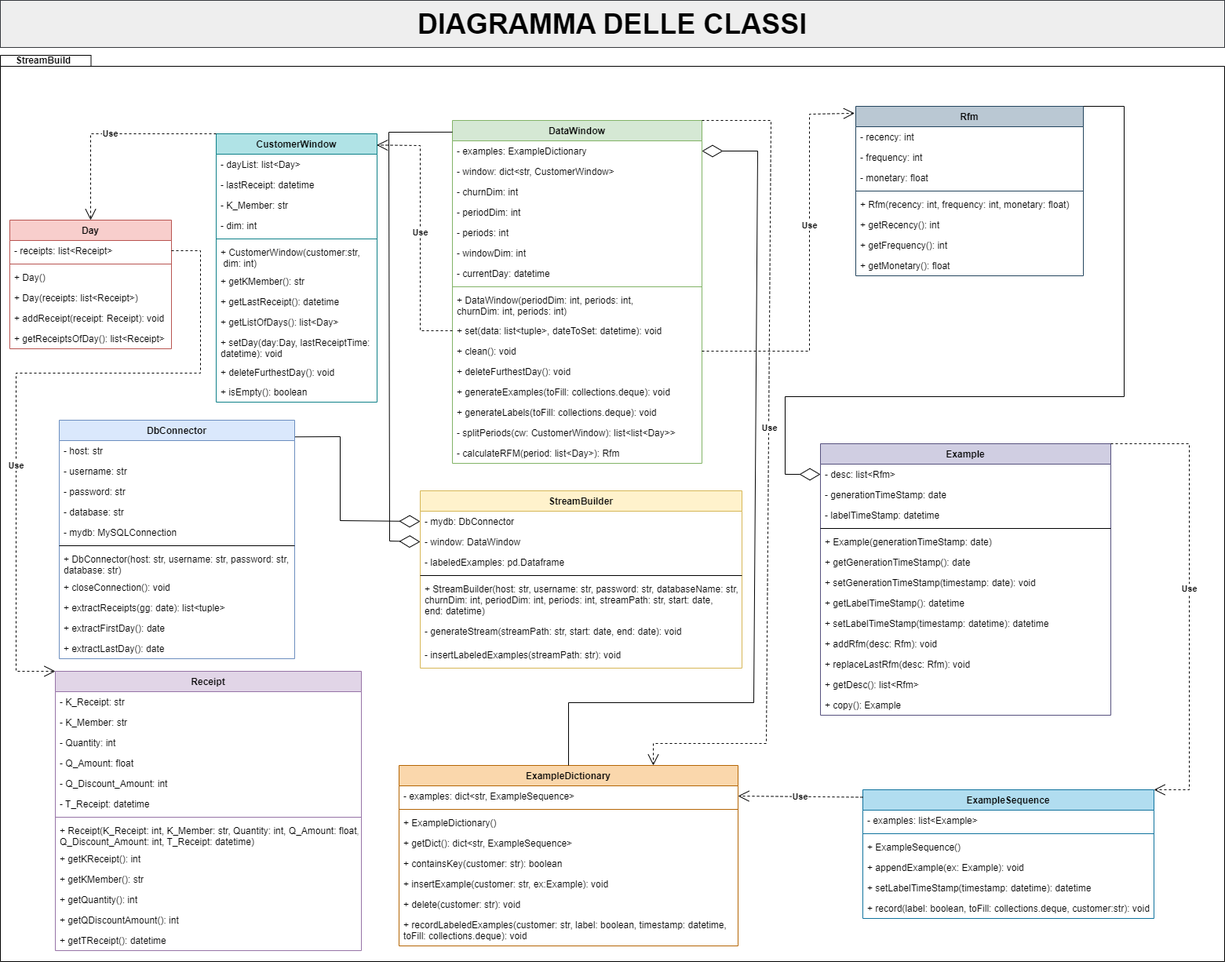
Earlier version of the draw.io export resources/Diagramma delle Classi.drawio.png (fralaw/rfm_stream_builder). Source tidied: cells renumbered, new cells last; positions are measured from the earlier drawing's top-left corner, leaving out a move shared by most shapes.
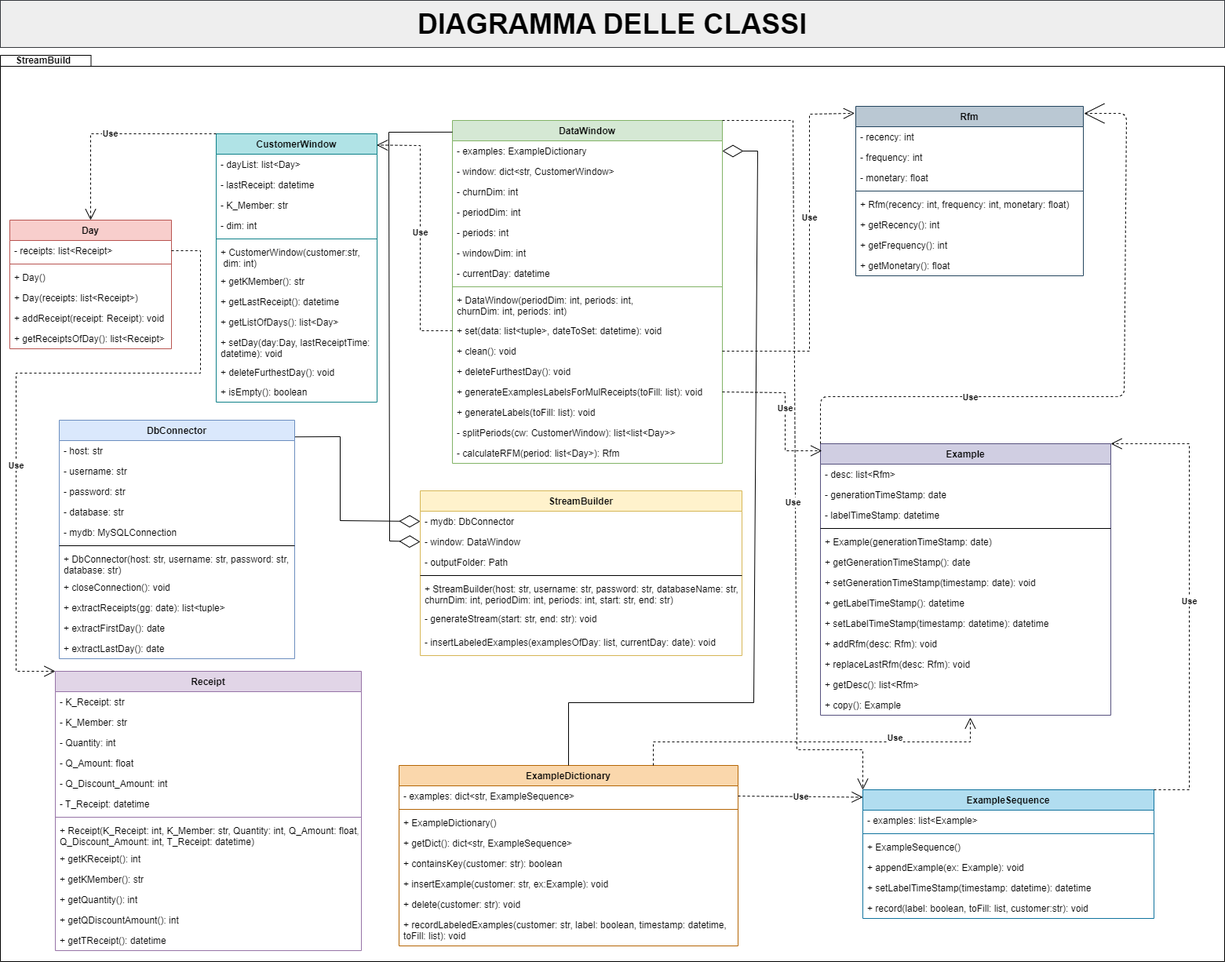
Later version of the same file.

Commit message:
Effettuate ultime modifiche. Aggiornato diagramma delle classi.

Diff of the diagram source:
```diff
@@ -42,7 +42,7 @@
       <mxGeometry y="278" width="300" height="26" as="geometry" />
     </mxCell>
     <mxCell id="15" value="StreamBuilder" style="swimlane;fontStyle=1;align=center;verticalAlign=top;horizontal=1;startSize=26;rounded=0;shadow=0;strokeWidth=1;fillColor=#fff2cc;strokeColor=#d6b656;" parent="1" vertex="1">
-      <mxGeometry x="535" y="625" width="410" height="226" as="geometry" />
+      <mxGeometry x="535" y="625" width="410" height="210" as="geometry" />
     </mxCell>
     <mxCell id="16" value="- mydb: DbConnector" style="text;align=left;verticalAlign=top;spacingLeft=4;spacingRight=4;overflow=hidden;points=[[0,0.5],[1,0.5]];portConstraint=eastwest;" parent="15" vertex="1">
       <mxGeometry y="26" width="410" height="26" as="geometry" />
@@ -50,20 +50,20 @@
     <mxCell id="17" value="- window: DataWindow" style="text;align=left;verticalAlign=top;spacingLeft=4;spacingRight=4;overflow=hidden;points=[[0,0.5],[1,0.5]];portConstraint=eastwest;" parent="15" vertex="1">
       <mxGeometry y="52" width="410" height="26" as="geometry" />
     </mxCell>
-    <mxCell id="18" value="- labeledExamples: pd.Dataframe" style="text;align=left;verticalAlign=top;spacingLeft=4;spacingRight=4;overflow=hidden;" parent="15" vertex="1">
-      <mxGeometry y="78" width="410" height="26" as="geometry" />
-    </mxCell>
+    <mxCell id="126" value="- outputFolder: Path" style="text;align=left;verticalAlign=top;spacingLeft=4;spacingRight=4;overflow=hidden;" parent="15" vertex="1">
+      <mxGeometry y="78" width="410" height="26" as="geometry" />
+    </mxCell>
     <mxCell id="19" style="line;html=1;strokeWidth=1;align=left;verticalAlign=middle;spacingTop=-1;spacingLeft=3;spacingRight=3;labelPosition=right;" parent="15" vertex="1">
       <mxGeometry y="104" width="410" height="8" as="geometry" />
     </mxCell>
-    <mxCell id="20" value="+ StreamBuilder(host: str, username: str, password: str, databaseName: str, &#10;churnDim: int, periodDim: int, periods: int, streamPath: str, start: date, &#10;end: datetime)" style="text;align=left;verticalAlign=top;spacingLeft=4;spacingRight=4;overflow=hidden;" parent="15" vertex="1">
-      <mxGeometry y="112" width="410" height="54" as="geometry" />
+    <mxCell id="20" value="+ StreamBuilder(host: str, username: str, password: str, databaseName: str, &#10;churnDim: int, periodDim: int, periods: int, start: str, end: str)" style="text;align=left;verticalAlign=top;spacingLeft=4;spacingRight=4;overflow=hidden;" parent="15" vertex="1">
+      <mxGeometry y="112" width="410" height="38" as="geometry" />
     </mxCell>
-    <mxCell id="21" value="- generateStream(streamPath: str, start: date, end: date): void" style="text;align=left;verticalAlign=top;spacingLeft=4;spacingRight=4;overflow=hidden;" parent="15" vertex="1">
-      <mxGeometry y="166" width="410" height="30" as="geometry" />
+    <mxCell id="21" value="- generateStream(start: str, end: str): void" style="text;align=left;verticalAlign=top;spacingLeft=4;spacingRight=4;overflow=hidden;" parent="15" vertex="1">
+      <mxGeometry y="150" width="410" height="30" as="geometry" />
     </mxCell>
-    <mxCell id="22" value="- insertLabeledExamples(streamPath: str): void" style="text;align=left;verticalAlign=top;spacingLeft=4;spacingRight=4;overflow=hidden;" parent="15" vertex="1">
-      <mxGeometry y="196" width="410" height="30" as="geometry" />
+    <mxCell id="22" value="- insertLabeledExamples(examplesOfDay: list, currentDay: date): void" style="text;align=left;verticalAlign=top;spacingLeft=4;spacingRight=4;overflow=hidden;" parent="15" vertex="1">
+      <mxGeometry y="180" width="410" height="30" as="geometry" />
     </mxCell>
     <mxCell id="23" value="Example" style="swimlane;fontStyle=1;align=center;verticalAlign=top;horizontal=1;startSize=26;rounded=0;shadow=0;strokeWidth=1;fillColor=#d0cee2;strokeColor=#56517e;" parent="1" vertex="1">
       <mxGeometry x="1045" y="565" width="370" height="346" as="geometry" />
@@ -141,55 +141,55 @@
       <mxGeometry x="30" y="70" width="50" height="12" as="geometry" />
     </mxCell>
     <mxCell id="48" value="DataWindow" style="swimlane;fontStyle=1;align=center;verticalAlign=top;horizontal=1;startSize=26;strokeColor=#82b366;fillColor=#d5e8d4;" parent="1" vertex="1">
-      <mxGeometry x="576" y="153" width="318" height="437" as="geometry" />
+      <mxGeometry x="576" y="153" width="344" height="437" as="geometry" />
     </mxCell>
     <mxCell id="49" value="- examples: ExampleDictionary" style="text;strokeColor=none;fillColor=none;align=left;verticalAlign=top;spacingLeft=4;spacingRight=4;overflow=hidden;points=[[0,0.5],[1,0.5]];portConstraint=eastwest;" parent="48" vertex="1">
-      <mxGeometry y="26" width="318" height="26" as="geometry" />
+      <mxGeometry y="26" width="344" height="26" as="geometry" />
     </mxCell>
     <mxCell id="50" value="- window: dict&lt;str, CustomerWindow&gt;" style="text;strokeColor=none;fillColor=none;align=left;verticalAlign=top;spacingLeft=4;spacingRight=4;overflow=hidden;" parent="48" vertex="1">
-      <mxGeometry y="52" width="318" height="26" as="geometry" />
+      <mxGeometry y="52" width="344" height="26" as="geometry" />
     </mxCell>
     <mxCell id="51" value="- churnDim: int" style="text;strokeColor=none;fillColor=none;align=left;verticalAlign=top;spacingLeft=4;spacingRight=4;overflow=hidden;" parent="48" vertex="1">
-      <mxGeometry y="78" width="318" height="26" as="geometry" />
+      <mxGeometry y="78" width="344" height="26" as="geometry" />
     </mxCell>
     <mxCell id="52" value="- periodDim: int" style="text;strokeColor=none;fillColor=none;align=left;verticalAlign=top;spacingLeft=4;spacingRight=4;overflow=hidden;" parent="48" vertex="1">
-      <mxGeometry y="104" width="318" height="26" as="geometry" />
+      <mxGeometry y="104" width="344" height="26" as="geometry" />
     </mxCell>
     <mxCell id="53" value="- periods: int" style="text;strokeColor=none;fillColor=none;align=left;verticalAlign=top;spacingLeft=4;spacingRight=4;overflow=hidden;" parent="48" vertex="1">
-      <mxGeometry y="130" width="318" height="26" as="geometry" />
+      <mxGeometry y="130" width="344" height="26" as="geometry" />
     </mxCell>
     <mxCell id="54" value="- windowDim: int" style="text;strokeColor=none;fillColor=none;align=left;verticalAlign=top;spacingLeft=4;spacingRight=4;overflow=hidden;" parent="48" vertex="1">
-      <mxGeometry y="156" width="318" height="26" as="geometry" />
+      <mxGeometry y="156" width="344" height="26" as="geometry" />
     </mxCell>
     <mxCell id="55" value="- currentDay: datetime" style="text;strokeColor=none;fillColor=none;align=left;verticalAlign=top;spacingLeft=4;spacingRight=4;overflow=hidden;" parent="48" vertex="1">
-      <mxGeometry y="182" width="318" height="26" as="geometry" />
+      <mxGeometry y="182" width="344" height="26" as="geometry" />
     </mxCell>
     <mxCell id="56" style="line;strokeWidth=1;fillColor=none;align=left;verticalAlign=middle;spacingTop=-1;spacingLeft=3;spacingRight=3;labelPosition=right;strokeColor=inherit;" parent="48" vertex="1">
-      <mxGeometry y="208" width="318" height="8" as="geometry" />
+      <mxGeometry y="208" width="344" height="8" as="geometry" />
     </mxCell>
     <mxCell id="57" value="+ DataWindow(periodDim: int, periods: int, &#10;churnDim: int, periods: int)" style="text;strokeColor=none;fillColor=none;align=left;verticalAlign=top;spacingLeft=4;spacingRight=4;overflow=hidden;" parent="48" vertex="1">
-      <mxGeometry y="216" width="318" height="39" as="geometry" />
+      <mxGeometry y="216" width="344" height="39" as="geometry" />
     </mxCell>
     <mxCell id="58" value="+ set(data: list&lt;tuple&gt;, dateToSet: datetime): void" style="text;strokeColor=none;fillColor=none;align=left;verticalAlign=top;spacingLeft=4;spacingRight=4;overflow=hidden;points=[[0,0.5],[1,0.5]];portConstraint=eastwest;" parent="48" vertex="1">
-      <mxGeometry y="255" width="318" height="26" as="geometry" />
+      <mxGeometry y="255" width="344" height="26" as="geometry" />
     </mxCell>
     <mxCell id="59" value="+ clean(): void" style="text;align=left;verticalAlign=top;spacingLeft=4;spacingRight=4;overflow=hidden;points=[[0,0.5],[1,0.5]];portConstraint=eastwest;" parent="48" vertex="1">
-      <mxGeometry y="281" width="318" height="26" as="geometry" />
+      <mxGeometry y="281" width="344" height="26" as="geometry" />
     </mxCell>
     <mxCell id="60" value="+ deleteFurthestDay(): void" style="text;align=left;verticalAlign=top;spacingLeft=4;spacingRight=4;overflow=hidden;" parent="48" vertex="1">
-      <mxGeometry y="307" width="318" height="26" as="geometry" />
+      <mxGeometry y="307" width="344" height="26" as="geometry" />
     </mxCell>
-    <mxCell id="61" value="+ generateExamples(toFill: collections.deque): void" style="text;strokeColor=none;fillColor=none;align=left;verticalAlign=top;spacingLeft=4;spacingRight=4;overflow=hidden;points=[[0,0.5],[1,0.5]];portConstraint=eastwest;" parent="48" vertex="1">
-      <mxGeometry y="333" width="318" height="26" as="geometry" />
+    <mxCell id="61" value="+ generateExamplesLabelsForMulReceipts(toFill: list): void" style="text;strokeColor=none;fillColor=none;align=left;verticalAlign=top;spacingLeft=4;spacingRight=4;overflow=hidden;points=[[0,0.5],[1,0.5]];portConstraint=eastwest;" parent="48" vertex="1">
+      <mxGeometry y="333" width="344" height="26" as="geometry" />
     </mxCell>
-    <mxCell id="62" value="+ generateLabels(toFill: collections.deque): void" style="text;strokeColor=none;fillColor=none;align=left;verticalAlign=top;spacingLeft=4;spacingRight=4;overflow=hidden;" parent="48" vertex="1">
-      <mxGeometry y="359" width="318" height="26" as="geometry" />
+    <mxCell id="62" value="+ generateLabels(toFill: list): void" style="text;strokeColor=none;fillColor=none;align=left;verticalAlign=top;spacingLeft=4;spacingRight=4;overflow=hidden;" parent="48" vertex="1">
+      <mxGeometry y="359" width="344" height="26" as="geometry" />
     </mxCell>
     <mxCell id="63" value="- splitPeriods(cw: CustomerWindow): list&lt;list&lt;Day&gt;&gt;" style="text;strokeColor=none;fillColor=none;align=left;verticalAlign=top;spacingLeft=4;spacingRight=4;overflow=hidden;" parent="48" vertex="1">
-      <mxGeometry y="385" width="318" height="26" as="geometry" />
+      <mxGeometry y="385" width="344" height="26" as="geometry" />
     </mxCell>
     <mxCell id="64" value="- calculateRFM(period: list&lt;Day&gt;): Rfm" style="text;strokeColor=none;fillColor=none;align=left;verticalAlign=top;spacingLeft=4;spacingRight=4;overflow=hidden;" parent="48" vertex="1">
-      <mxGeometry y="411" width="318" height="26" as="geometry" />
+      <mxGeometry y="411" width="344" height="26" as="geometry" />
     </mxCell>
     <mxCell id="65" value="ExampleDictionary" style="swimlane;fontStyle=1;align=center;verticalAlign=top;horizontal=1;startSize=26;strokeColor=#b46504;fillColor=#fad7ac;" parent="1" vertex="1">
       <mxGeometry x="508" y="975" width="432" height="230" as="geometry" />
@@ -215,7 +215,7 @@
     <mxCell id="72" value="+ delete(customer: str): void" style="text;strokeColor=none;fillColor=none;align=left;verticalAlign=top;spacingLeft=4;spacingRight=4;overflow=hidden;" parent="65" vertex="1">
       <mxGeometry y="164" width="432" height="26" as="geometry" />
     </mxCell>
-    <mxCell id="73" value="+ recordLabeledExamples(customer: str, label: boolean, timestamp: datetime, &#10;toFill: collections.deque): void" style="text;strokeColor=none;fillColor=none;align=left;verticalAlign=top;spacingLeft=4;spacingRight=4;overflow=hidden;" parent="65" vertex="1">
+    <mxCell id="73" value="+ recordLabeledExamples(customer: str, label: boolean, timestamp: datetime, &#10;toFill: list): void" style="text;strokeColor=none;fillColor=none;align=left;verticalAlign=top;spacingLeft=4;spacingRight=4;overflow=hidden;" parent="65" vertex="1">
       <mxGeometry y="190" width="432" height="40" as="geometry" />
     </mxCell>
     <mxCell id="74" value="ExampleSequence" style="swimlane;fontStyle=1;align=center;verticalAlign=top;horizontal=1;startSize=26;strokeColor=#10739e;fillColor=#b1ddf0;" parent="1" vertex="1">
@@ -236,7 +236,7 @@
     <mxCell id="79" value="+ setLabelTimeStamp(timestamp: datetime): datetime" style="text;strokeColor=none;fillColor=none;align=left;verticalAlign=top;spacingLeft=4;spacingRight=4;overflow=hidden;" parent="74" vertex="1">
       <mxGeometry y="112" width="371" height="26" as="geometry" />
     </mxCell>
-    <mxCell id="80" value="+ record(label: boolean, toFill: collections.deque, customer:str): void" style="text;strokeColor=none;fillColor=none;align=left;verticalAlign=top;spacingLeft=4;spacingRight=4;overflow=hidden;" parent="74" vertex="1">
+    <mxCell id="80" value="+ record(label: boolean, toFill: list, customer:str): void" style="text;strokeColor=none;fillColor=none;align=left;verticalAlign=top;spacingLeft=4;spacingRight=4;overflow=hidden;" parent="74" vertex="1">
       <mxGeometry y="138" width="371" height="26" as="geometry" />
     </mxCell>
     <mxCell id="81" style="endArrow=diamondThin;endFill=0;endSize=24;html=1;rounded=0;exitX=0;exitY=0.034;exitDx=0;exitDy=0;exitPerimeter=0;entryX=0;entryY=0.5;entryDx=0;entryDy=0;" parent="1" edge="1" source="48" target="17">
@@ -247,15 +247,6 @@
         </Array>
       </mxGeometry>
     </mxCell>
-    <mxCell id="82" value="&lt;b&gt;Use&lt;/b&gt;" style="endArrow=open;endSize=12;dashed=1;html=1;rounded=0;entryX=0.75;entryY=0;entryDx=0;entryDy=0;exitX=1;exitY=0;exitDx=0;exitDy=0;" parent="1" edge="1" source="48" target="65">
-      <mxGeometry x="-0.09" y="1" relative="1" as="geometry">
-        <Array as="points">
-          <mxPoint x="982" y="153" />
-          <mxPoint x="976" y="947" />
-          <mxPoint x="832" y="947" />
-        </Array>
-      </mxGeometry>
-    </mxCell>
     <mxCell id="83" value="Receipt" style="swimlane;fontStyle=1;align=center;verticalAlign=top;horizontal=1;startSize=26;fillColor=#e1d5e7;strokeColor=#9673a6;" parent="1" vertex="1">
       <mxGeometry x="70" y="855" width="390" height="356" as="geometry" />
     </mxCell>
@@ -298,16 +289,6 @@
     <mxCell id="96" value="+ getTReceipt(): datetime" style="text;strokeColor=none;fillColor=none;align=left;verticalAlign=top;spacingLeft=4;spacingRight=4;overflow=hidden;" parent="83" vertex="1">
       <mxGeometry y="330" width="390" height="26" as="geometry" />
     </mxCell>
-    <mxCell id="97" style="endArrow=diamondThin;endFill=0;endSize=24;html=1;rounded=0;exitX=1;exitY=0;exitDx=0;exitDy=0;entryX=0;entryY=0.5;entryDx=0;entryDy=0;" parent="1" edge="1" source="37" target="24">
-      <mxGeometry relative="1" as="geometry">
-        <Array as="points">
-          <mxPoint x="1432" y="135" />
-          <mxPoint x="1432" y="505" />
-          <mxPoint x="1000" y="505" />
-          <mxPoint x="1000" y="604" />
-        </Array>
-      </mxGeometry>
-    </mxCell>
     <mxCell id="98" value="Day" style="swimlane;fontStyle=1;align=center;verticalAlign=top;horizontal=1;startSize=26;fillColor=#f8cecc;strokeColor=#b85450;" parent="1" vertex="1">
       <mxGeometry x="12" y="280" width="206" height="164" as="geometry" />
     </mxCell>
@@ -409,25 +390,64 @@
         </Array>
       </mxGeometry>
     </mxCell>
-    <mxCell id="123" value="&lt;b&gt;Use&lt;/b&gt;" style="endArrow=open;endSize=12;dashed=1;html=1;rounded=0;entryX=1;entryY=0;entryDx=0;entryDy=0;exitX=1;exitY=0;exitDx=0;exitDy=0;" parent="1" edge="1" source="23" target="74">
+    <mxCell id="123" value="&lt;b&gt;Use&lt;/b&gt;" style="endArrow=open;endSize=12;dashed=1;html=1;rounded=0;entryX=1;entryY=0;entryDx=0;entryDy=0;exitX=1;exitY=0;exitDx=0;exitDy=0;" parent="1" edge="1" source="74" target="23">
       <mxGeometry x="-0.03" relative="1" as="geometry">
         <Array as="points">
+          <mxPoint x="1515" y="1006" />
           <mxPoint x="1515" y="565" />
-          <mxPoint x="1515" y="1006" />
         </Array>
       </mxGeometry>
     </mxCell>
+    <mxCell id="125" style="endArrow=diamondThin;endFill=0;endSize=24;html=1;rounded=0;exitX=0.5;exitY=0;exitDx=0;exitDy=0;entryX=1;entryY=0.5;entryDx=0;entryDy=0;" parent="1" edge="1" source="65" target="49">
+      <mxGeometry relative="1" as="geometry">
+        <Array as="points">
+          <mxPoint x="724" y="895" />
+          <mxPoint x="960" y="895" />
+          <mxPoint x="965" y="192" />
+        </Array>
+      </mxGeometry>
+    </mxCell>
+    <mxCell id="97" style="endArrow=open;endSize=24;dashed=1;html=1;fontFamily=Helvetica;fontSize=11;fontColor=default;align=center;endFill=0;strokeColor=default;entryX=1.003;entryY=0.042;entryDx=0;entryDy=0;entryPerimeter=0;exitX=0;exitY=0;exitDx=0;exitDy=0;" parent="1" edge="1" source="23" target="37">
+      <mxGeometry relative="1" as="geometry">
+        <Array as="points">
+          <mxPoint x="1045" y="505" />
+          <mxPoint x="1432" y="505" />
+          <mxPoint x="1435" y="144" />
+        </Array>
+      </mxGeometry>
+    </mxCell>
+    <mxCell id="127" value="&lt;b&gt;Use&lt;/b&gt;" style="edgeLabel;html=1;align=center;verticalAlign=middle;" parent="97" vertex="1">
+      <mxGeometry x="-0.1" relative="1" as="geometry">
+        <mxPoint x="-137" as="offset" />
+      </mxGeometry>
+    </mxCell>
-    <mxCell id="124" value="&lt;b&gt;Use&lt;/b&gt;" style="endArrow=open;endSize=12;dashed=1;html=1;rounded=0;exitX=0;exitY=0.058;exitDx=0;exitDy=0;exitPerimeter=0;entryX=1;entryY=0.5;entryDx=0;entryDy=0;" parent="1" edge="1" source="74" target="66">
+    <mxCell id="124" value="&lt;b&gt;Use&lt;/b&gt;" style="endArrow=open;endSize=12;dashed=1;html=1;rounded=0;exitX=1;exitY=0.5;exitDx=0;exitDy=0;entryX=0;entryY=0.058;entryDx=0;entryDy=0;entryPerimeter=0;" parent="1" edge="1" source="66" target="74">
       <mxGeometry relative="1" as="geometry" />
     </mxCell>
-    <mxCell id="125" style="endArrow=diamondThin;endFill=0;endSize=24;html=1;rounded=0;exitX=0.5;exitY=0;exitDx=0;exitDy=0;entryX=1;entryY=0.5;entryDx=0;entryDy=0;" parent="1" edge="1" source="65" target="49">
-      <mxGeometry relative="1" as="geometry">
-        <Array as="points">
-          <mxPoint x="724" y="895" />
-          <mxPoint x="960" y="895" />
-          <mxPoint x="965" y="192" />
-        </Array>
-      </mxGeometry>
-    </mxCell>
+    <mxCell id="128" value="&lt;b&gt;Use&lt;/b&gt;" style="endArrow=open;endSize=12;dashed=1;html=1;rounded=0;exitX=1;exitY=0.5;exitDx=0;exitDy=0;entryX=0.005;entryY=0.026;entryDx=0;entryDy=0;entryPerimeter=0;" parent="1" edge="1" source="61" target="23">
+      <mxGeometry relative="1" as="geometry">
+        <Array as="points">
+          <mxPoint x="1000" y="500" />
+          <mxPoint x="1000" y="574" />
+        </Array>
+      </mxGeometry>
+    </mxCell>
+    <mxCell id="129" value="&lt;b&gt;Use&lt;/b&gt;" style="endArrow=open;endSize=12;dashed=1;html=1;rounded=0;exitX=1;exitY=0;exitDx=0;exitDy=0;entryX=0;entryY=0;entryDx=0;entryDy=0;" parent="1" edge="1" source="48" target="74">
+      <mxGeometry x="0.12" y="-3" relative="1" as="geometry">
+        <Array as="points">
+          <mxPoint x="1010" y="153" />
+          <mxPoint x="1015" y="955" />
+          <mxPoint x="1099" y="955" />
+        </Array>
+      </mxGeometry>
+    </mxCell>
+    <mxCell id="130" value="&lt;b&gt;Use&lt;/b&gt;" style="endArrow=open;endSize=12;dashed=1;html=1;rounded=0;entryX=0.516;entryY=1.115;entryDx=0;entryDy=0;entryPerimeter=0;exitX=0.75;exitY=0;exitDx=0;exitDy=0;" parent="1" edge="1" source="65" target="36">
+      <mxGeometry x="0.45" y="5" relative="1" as="geometry">
+        <Array as="points">
+          <mxPoint x="832" y="945" />
+          <mxPoint x="1236" y="945" />
+        </Array>
+      </mxGeometry>
+    </mxCell>
   </root>
 </mxGraphModel>
```
